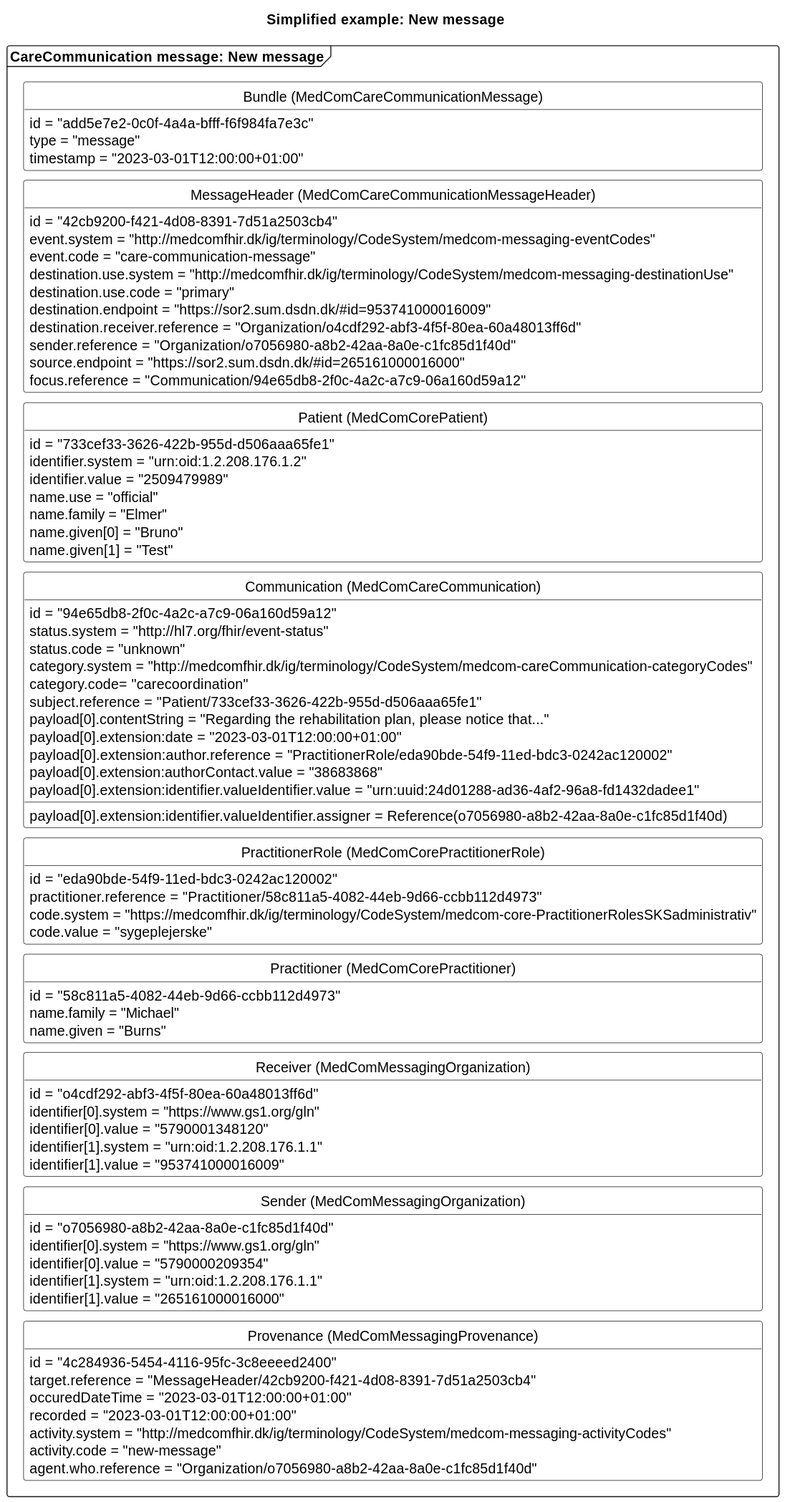
Above: input/images/carecommunication/CCNewMessage.svg in medcomdk/dk-medcom-carecommunication (PlantUML), before the change.
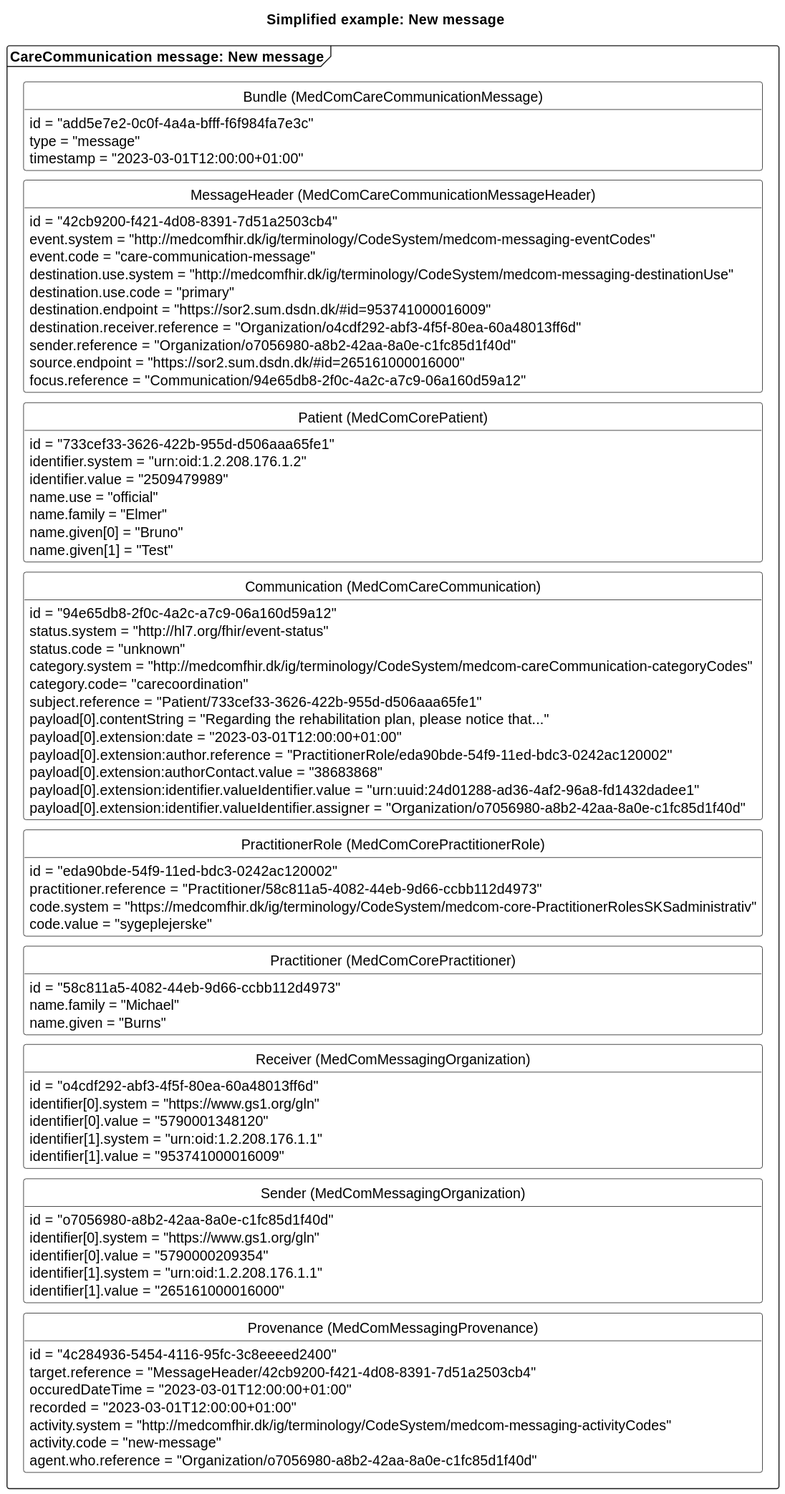
Above is the later version.

Change to the diagram source:
```diff
@@ -52,7 +52,7 @@
         payload[0].extension:author.reference = "PractitionerRole/eda90bde-54f9-11ed-bdc3-0242ac120002"
         payload[0].extension:authorContact.value = "38683868"
         payload[0].extension:identifier.valueIdentifier.value = "urn:uuid:24d01288-ad36-4af2-96a8-fd1432dadee1"
-        payload[0].extension:identifier.valueIdentifier.assigner = Reference(o7056980-a8b2-42aa-8a0e-c1fc85d1f40d)
+        payload[0].extension:identifier.valueIdentifier.assigner = "Organization/o7056980-a8b2-42aa-8a0e-c1fc85d1f40d"
     }
     class "PractitionerRole (MedComCorePractitionerRole)" as newPracR{
         id = "eda90bde-54f9-11ed-bdc3-0242ac120002"
```
